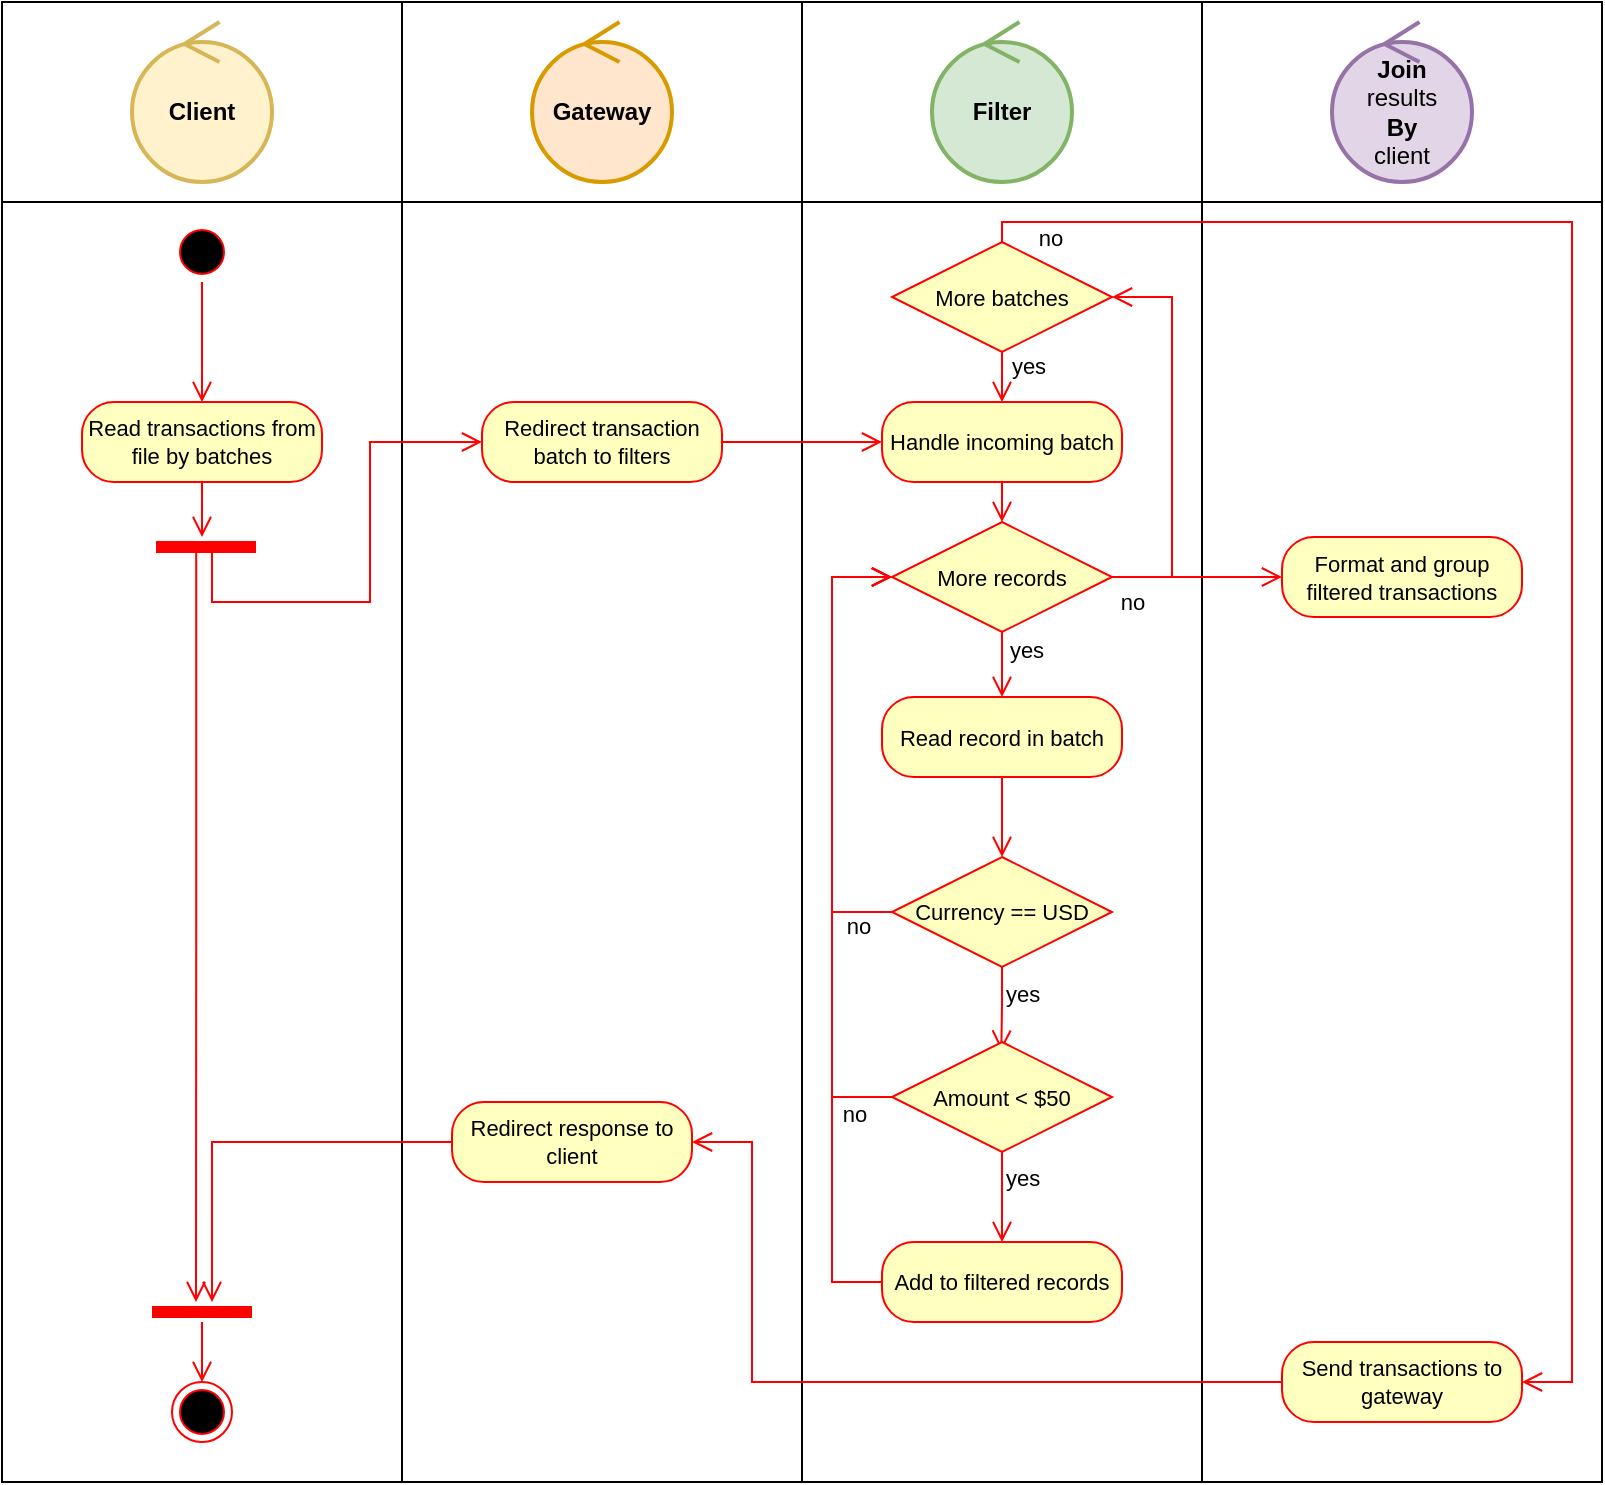
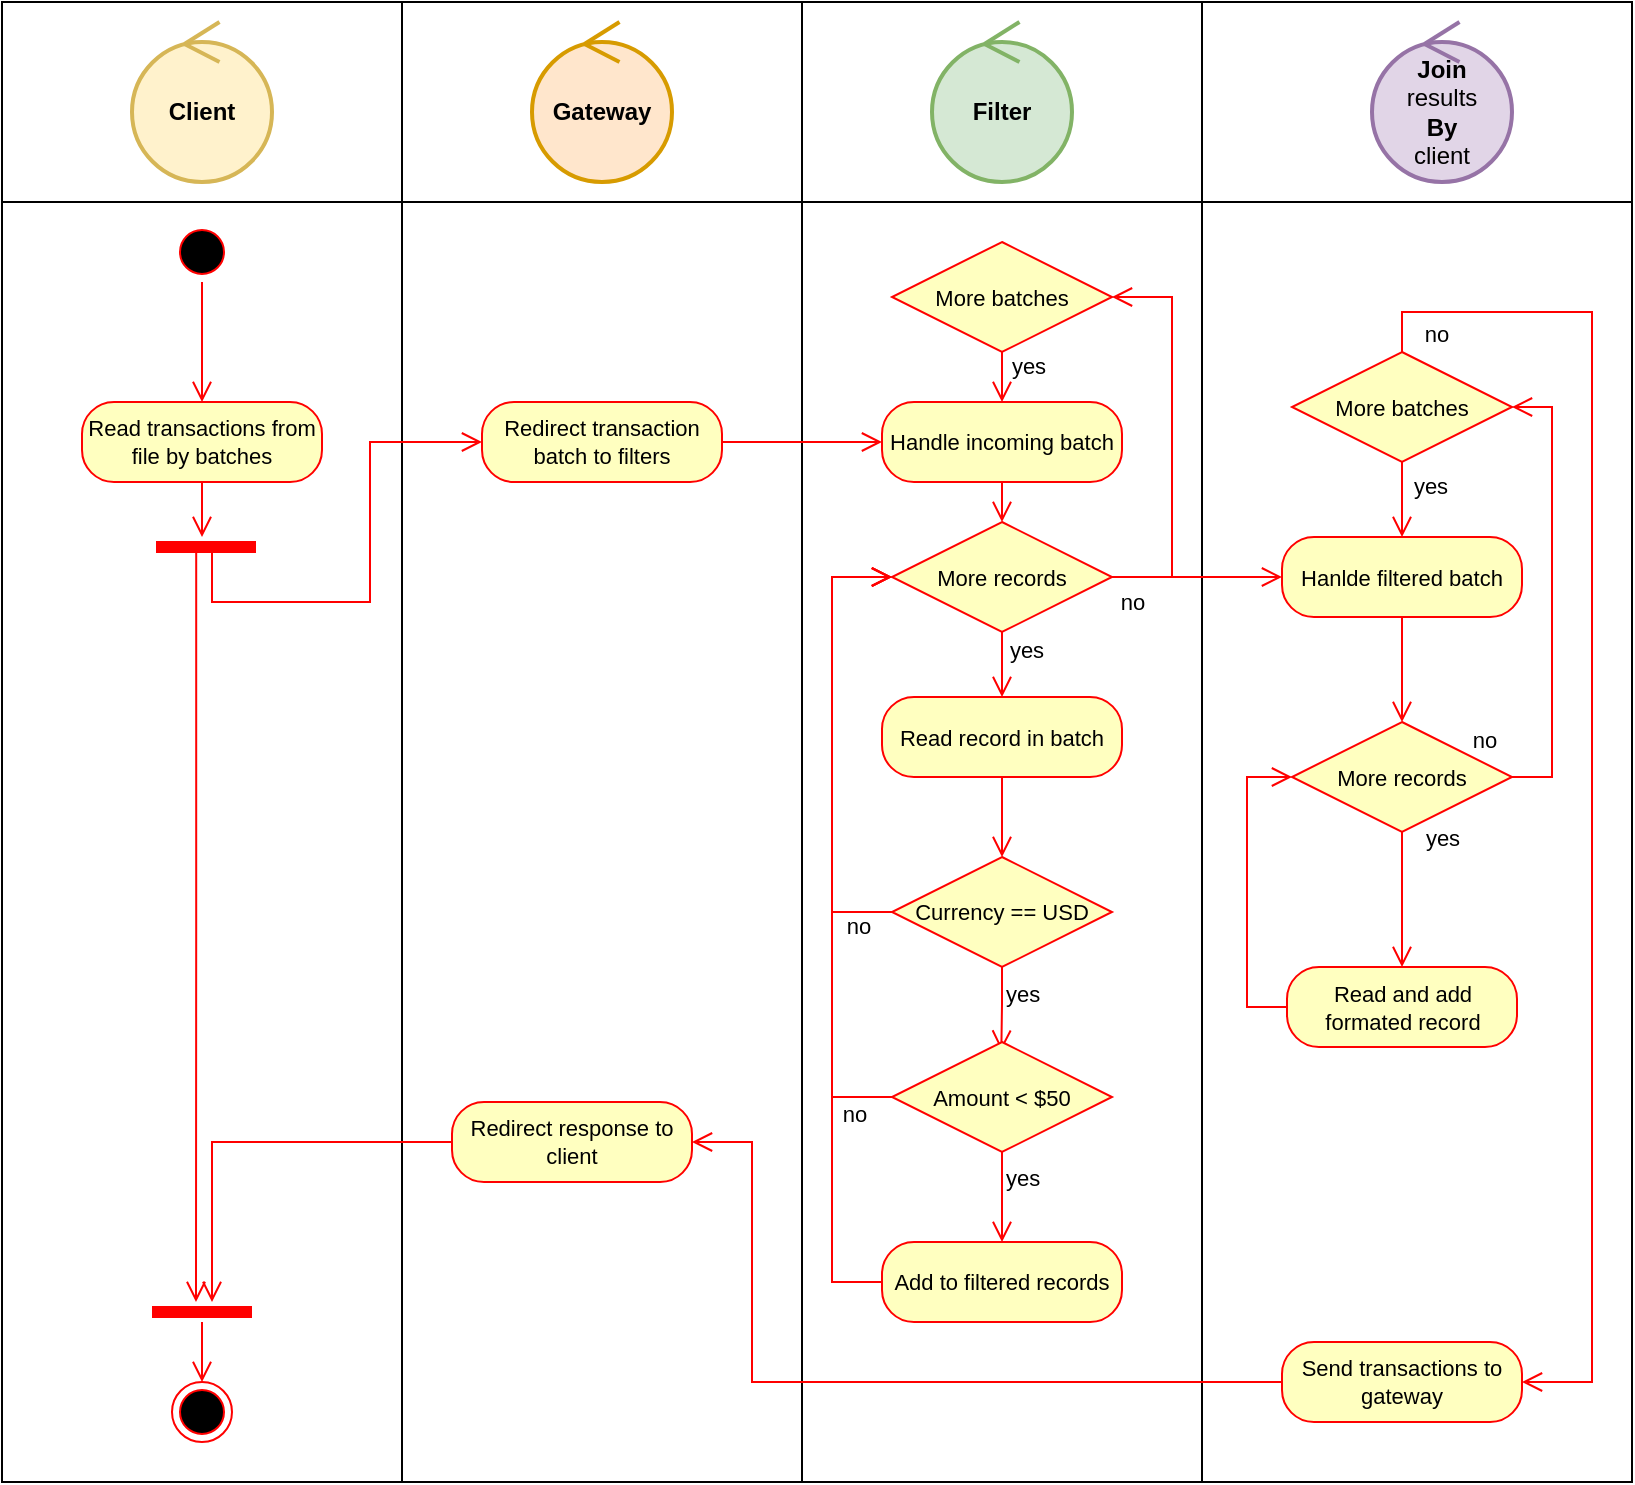
- <mxfile host="Electron" agent="Mozilla/5.0 (X11; Linux x86_64) AppleWebKit/537.36 (KHTML, like Gecko) draw.io/29.6.1 Chrome/142.0.7444.265 Electron/39.5.2 Safari/537.36" version="29.6.1">
+ <mxfile host="Electron" agent="Mozilla/5.0 (X11; Linux x86_64) AppleWebKit/537.36 (KHTML, like Gecko) draw.io/29.6.1 Chrome/142.0.7444.265 Electron/39.5.2 Safari/537.36">
  <diagram name="Page-1" id="13CpTXE9OiNasFZQeaTJ">
-     <mxGraphModel dx="1033" dy="704" grid="1" gridSize="10" guides="1" tooltips="1" connect="1" arrows="1" fold="1" page="1" pageScale="1" pageWidth="850" pageHeight="1100" math="0" shadow="0">
+     <mxGraphModel dx="1645" dy="784" grid="1" gridSize="10" guides="1" tooltips="1" connect="1" arrows="1" fold="1" page="1" pageScale="1" pageWidth="850" pageHeight="1100" math="0" shadow="0">
      <root>
        <mxCell id="0" />
        <mxCell id="1" parent="0" />
        <mxCell id="mmyFAjpYDs9H2cdk7pgJ-1" parent="1" style="html=1;dashed=0;whiteSpace=wrap;fontSize=9;" value="" vertex="1">
          <mxGeometry height="680" width="200" x="25" y="90" as="geometry" />
        </mxCell>
        <mxCell id="mmyFAjpYDs9H2cdk7pgJ-2" parent="1" style="html=1;dashed=0;whiteSpace=wrap;fontSize=9;" value="" vertex="1">
          <mxGeometry height="100" width="200" x="25" y="30" as="geometry" />
        </mxCell>
        <mxCell id="mmyFAjpYDs9H2cdk7pgJ-3" parent="1" style="html=1;dashed=0;whiteSpace=wrap;fontSize=9;" value="" vertex="1">
          <mxGeometry height="680" width="205" x="225" y="90" as="geometry" />
        </mxCell>
        <mxCell id="mmyFAjpYDs9H2cdk7pgJ-4" parent="1" style="html=1;dashed=0;whiteSpace=wrap;fontSize=9;" value="" vertex="1">
          <mxGeometry height="100" width="200" x="225" y="30" as="geometry" />
        </mxCell>
        <mxCell id="mmyFAjpYDs9H2cdk7pgJ-5" parent="1" style="html=1;dashed=0;whiteSpace=wrap;fontSize=9;" value="" vertex="1">
          <mxGeometry height="680" width="200" x="425" y="90" as="geometry" />
        </mxCell>
        <mxCell id="mmyFAjpYDs9H2cdk7pgJ-6" parent="1" style="html=1;dashed=0;whiteSpace=wrap;fontSize=9;" value="" vertex="1">
          <mxGeometry height="100" width="200" x="425" y="30" as="geometry" />
        </mxCell>
        <mxCell id="mmyFAjpYDs9H2cdk7pgJ-7" parent="1" style="html=1;dashed=0;whiteSpace=wrap;fontSize=9;" value="" vertex="1">
-           <mxGeometry height="680" width="200" x="625" y="90" as="geometry" />
+           <mxGeometry height="680" width="215" x="625" y="90" as="geometry" />
        </mxCell>
        <mxCell id="mmyFAjpYDs9H2cdk7pgJ-8" parent="1" style="html=1;dashed=0;whiteSpace=wrap;fontSize=9;" value="" vertex="1">
-           <mxGeometry height="100" width="200" x="625" y="30" as="geometry" />
+           <mxGeometry height="100" width="215" x="625" y="30" as="geometry" />
        </mxCell>
        <mxCell id="mmyFAjpYDs9H2cdk7pgJ-9" parent="1" style="ellipse;html=1;shape=startState;fillColor=#000000;strokeColor=#ff0000;fontSize=9;" value="" vertex="1">
          <mxGeometry height="30" width="30" x="110" y="140" as="geometry" />
        </mxCell>
        <mxCell id="mmyFAjpYDs9H2cdk7pgJ-10" edge="1" parent="1" source="mmyFAjpYDs9H2cdk7pgJ-9" style="edgeStyle=orthogonalEdgeStyle;html=1;verticalAlign=bottom;endArrow=open;endSize=8;strokeColor=#ff0000;rounded=0;entryX=0.5;entryY=0;entryDx=0;entryDy=0;fontSize=9;" target="mmyFAjpYDs9H2cdk7pgJ-12" value="">
          <mxGeometry relative="1" as="geometry">
            <mxPoint x="135" y="-40" as="sourcePoint" />
            <mxPoint x="135" y="-120" as="targetPoint" />
          </mxGeometry>
        </mxCell>
        <mxCell id="mmyFAjpYDs9H2cdk7pgJ-11" parent="1" style="ellipse;html=1;shape=endState;fillColor=#000000;strokeColor=#ff0000;fontSize=9;" value="" vertex="1">
          <mxGeometry height="30" width="30" x="110" y="720" as="geometry" />
        </mxCell>
        <mxCell id="mmyFAjpYDs9H2cdk7pgJ-12" parent="1" style="rounded=1;whiteSpace=wrap;html=1;arcSize=40;fontColor=#000000;fillColor=#ffffc0;strokeColor=#ff0000;fontSize=11;" value="&lt;div&gt;Read transactions from file by batches&lt;/div&gt;" vertex="1">
          <mxGeometry height="40" width="120" x="65" y="230" as="geometry" />
        </mxCell>
        <mxCell id="ytpNYdhjEcRjoW62qkwT-28" edge="1" parent="1" source="mmyFAjpYDs9H2cdk7pgJ-13" style="edgeStyle=orthogonalEdgeStyle;shape=connector;rounded=0;orthogonalLoop=1;jettySize=auto;html=1;strokeColor=#ff0000;align=center;verticalAlign=bottom;fontFamily=Helvetica;fontSize=9;fontColor=default;labelBackgroundColor=default;endArrow=open;endSize=8;" target="mmyFAjpYDs9H2cdk7pgJ-11">
          <mxGeometry relative="1" as="geometry" />
        </mxCell>
        <mxCell id="mmyFAjpYDs9H2cdk7pgJ-13" parent="1" style="shape=line;html=1;strokeWidth=6;strokeColor=#ff0000;" value="" vertex="1">
          <mxGeometry height="10" width="50" x="100" y="680" as="geometry" />
        </mxCell>
        <mxCell id="mmyFAjpYDs9H2cdk7pgJ-15" edge="1" parent="1" source="ytpNYdhjEcRjoW62qkwT-29" style="edgeStyle=orthogonalEdgeStyle;html=1;verticalAlign=bottom;endArrow=open;endSize=8;strokeColor=#ff0000;rounded=0;exitX=0.75;exitY=0.5;exitDx=0;exitDy=0;fontSize=9;entryX=0;entryY=0.5;entryDx=0;entryDy=0;exitPerimeter=0;" target="mmyFAjpYDs9H2cdk7pgJ-25" value="">
          <mxGeometry relative="1" as="geometry">
            <Array as="points">
              <mxPoint x="130" y="303" />
              <mxPoint x="130" y="330" />
              <mxPoint x="209" y="330" />
              <mxPoint x="209" y="250" />
            </Array>
            <mxPoint x="189" y="238" as="sourcePoint" />
            <mxPoint x="255" y="250" as="targetPoint" />
          </mxGeometry>
        </mxCell>
        <mxCell id="ytpNYdhjEcRjoW62qkwT-18" edge="1" parent="1" source="mmyFAjpYDs9H2cdk7pgJ-16" style="edgeStyle=orthogonalEdgeStyle;shape=connector;rounded=0;orthogonalLoop=1;jettySize=auto;html=1;strokeColor=#ff0000;align=center;verticalAlign=bottom;fontFamily=Helvetica;fontSize=9;fontColor=default;labelBackgroundColor=default;endArrow=open;endSize=8;" target="ytpNYdhjEcRjoW62qkwT-6">
          <mxGeometry relative="1" as="geometry">
            <Array as="points">
              <mxPoint x="440" y="485" />
              <mxPoint x="440" y="317.5" />
            </Array>
          </mxGeometry>
        </mxCell>
        <mxCell id="ytpNYdhjEcRjoW62qkwT-19" connectable="0" parent="ytpNYdhjEcRjoW62qkwT-18" style="edgeLabel;html=1;align=center;verticalAlign=middle;resizable=0;points=[];fontFamily=Helvetica;fontSize=9;fontColor=default;labelBackgroundColor=default;" value="&lt;font style=&quot;font-size: 11px;&quot;&gt;no&lt;/font&gt;" vertex="1">
          <mxGeometry relative="1" x="-0.8486" y="1" as="geometry">
            <mxPoint y="6" as="offset" />
          </mxGeometry>
        </mxCell>
        <mxCell id="mmyFAjpYDs9H2cdk7pgJ-16" parent="1" style="rhombus;whiteSpace=wrap;html=1;fontColor=#000000;fillColor=#ffffc0;strokeColor=#ff0000;fontSize=11;" value="Currency == USD" vertex="1">
          <mxGeometry height="55" width="110" x="470" y="457.5" as="geometry" />
        </mxCell>
        <mxCell id="mmyFAjpYDs9H2cdk7pgJ-18" edge="1" parent="1" source="mmyFAjpYDs9H2cdk7pgJ-16" style="edgeStyle=orthogonalEdgeStyle;html=1;align=left;verticalAlign=top;endArrow=open;endSize=8;strokeColor=#ff0000;rounded=0;entryX=0.497;entryY=0.078;entryDx=0;entryDy=0;entryPerimeter=0;" target="mmyFAjpYDs9H2cdk7pgJ-20" value="yes">
          <mxGeometry relative="1" x="-1" as="geometry">
            <mxPoint x="525" y="482.5" as="targetPoint" />
          </mxGeometry>
        </mxCell>
        <mxCell id="mmyFAjpYDs9H2cdk7pgJ-19" parent="1" style="rounded=1;whiteSpace=wrap;html=1;arcSize=40;fontColor=#000000;fillColor=#ffffc0;strokeColor=#ff0000;fontSize=11;" value="Handle incoming batch" vertex="1">
          <mxGeometry height="40" width="120" x="465" y="230" as="geometry" />
        </mxCell>
        <mxCell id="ytpNYdhjEcRjoW62qkwT-17" edge="1" parent="1" source="mmyFAjpYDs9H2cdk7pgJ-20" style="edgeStyle=orthogonalEdgeStyle;shape=connector;rounded=0;orthogonalLoop=1;jettySize=auto;html=1;strokeColor=#ff0000;align=center;verticalAlign=bottom;fontFamily=Helvetica;fontSize=9;fontColor=default;labelBackgroundColor=default;endArrow=open;endSize=8;" target="ytpNYdhjEcRjoW62qkwT-6" value="">
          <mxGeometry relative="1" as="geometry">
            <Array as="points">
              <mxPoint x="440" y="577.5" />
              <mxPoint x="440" y="317.5" />
            </Array>
          </mxGeometry>
        </mxCell>
        <mxCell id="ytpNYdhjEcRjoW62qkwT-20" connectable="0" parent="ytpNYdhjEcRjoW62qkwT-17" style="edgeLabel;html=1;align=center;verticalAlign=middle;resizable=0;points=[];fontFamily=Helvetica;fontSize=9;fontColor=default;labelBackgroundColor=default;" value="&lt;font style=&quot;font-size: 11px;&quot;&gt;no&lt;/font&gt;" vertex="1">
          <mxGeometry relative="1" x="-0.88" as="geometry">
            <mxPoint y="8" as="offset" />
          </mxGeometry>
        </mxCell>
        <mxCell id="mmyFAjpYDs9H2cdk7pgJ-20" parent="1" style="rhombus;whiteSpace=wrap;html=1;fontColor=#000000;fillColor=#ffffc0;strokeColor=#ff0000;fontSize=11;" value="Amount &amp;lt; $50" vertex="1">
          <mxGeometry height="55" width="110" x="470" y="550" as="geometry" />
        </mxCell>
        <mxCell id="mmyFAjpYDs9H2cdk7pgJ-22" edge="1" parent="1" source="ytpNYdhjEcRjoW62qkwT-6" style="edgeStyle=orthogonalEdgeStyle;html=1;verticalAlign=bottom;endArrow=open;endSize=8;strokeColor=#ff0000;rounded=0;exitX=0.5;exitY=1;exitDx=0;exitDy=0;fontSize=9;" target="ytpNYdhjEcRjoW62qkwT-1" value="">
          <mxGeometry relative="1" as="geometry">
            <mxPoint x="355" y="340" as="sourcePoint" />
            <mxPoint x="635" y="340" as="targetPoint" />
          </mxGeometry>
        </mxCell>
        <mxCell id="ytpNYdhjEcRjoW62qkwT-10" connectable="0" parent="mmyFAjpYDs9H2cdk7pgJ-22" style="edgeLabel;html=1;align=center;verticalAlign=middle;resizable=0;points=[];fontFamily=Helvetica;fontSize=11;fontColor=default;labelBackgroundColor=default;" value="yes" vertex="1">
          <mxGeometry relative="1" x="-0.4359" y="-2" as="geometry">
            <mxPoint x="14" as="offset" />
          </mxGeometry>
        </mxCell>
-         <mxCell id="mmyFAjpYDs9H2cdk7pgJ-23" parent="1" style="rounded=1;whiteSpace=wrap;html=1;arcSize=40;fontColor=#000000;fillColor=#ffffc0;strokeColor=#ff0000;fontSize=11;" value="Format and group filtered transactions" vertex="1">
+         <mxCell id="joc9-P1jSPuaM-3028De-10" edge="1" parent="1" source="joc9-P1jSPuaM-3028De-12" style="edgeStyle=orthogonalEdgeStyle;shape=connector;rounded=0;orthogonalLoop=1;jettySize=auto;html=1;exitX=0.5;exitY=1;exitDx=0;exitDy=0;strokeColor=#ff0000;align=center;verticalAlign=bottom;fontFamily=Helvetica;fontSize=9;fontColor=default;labelBackgroundColor=default;endArrow=open;endSize=8;" target="joc9-P1jSPuaM-3028De-1">
+           <mxGeometry relative="1" as="geometry" />
+         </mxCell>
+         <mxCell id="mmyFAjpYDs9H2cdk7pgJ-23" parent="1" style="rounded=1;whiteSpace=wrap;html=1;arcSize=40;fontColor=#000000;fillColor=#ffffc0;strokeColor=#ff0000;fontSize=11;" value="Hanlde filtered batch" vertex="1">
          <mxGeometry height="40" width="120" x="665" y="297.5" as="geometry" />
        </mxCell>
        <mxCell id="mmyFAjpYDs9H2cdk7pgJ-25" parent="1" style="rounded=1;whiteSpace=wrap;html=1;arcSize=40;fontColor=#000000;fillColor=#ffffc0;strokeColor=#ff0000;fontSize=11;" value="Redirect transaction batch to filters" vertex="1">
          <mxGeometry height="40" width="120" x="265" y="230" as="geometry" />
        </mxCell>
        <mxCell id="mmyFAjpYDs9H2cdk7pgJ-26" edge="1" parent="1" source="mmyFAjpYDs9H2cdk7pgJ-25" style="edgeStyle=orthogonalEdgeStyle;html=1;verticalAlign=bottom;endArrow=open;endSize=8;strokeColor=#ff0000;rounded=0;exitX=1;exitY=0.5;exitDx=0;exitDy=0;fontSize=9;" value="">
          <mxGeometry relative="1" as="geometry">
            <mxPoint x="405" y="250" as="sourcePoint" />
            <mxPoint x="465" y="250" as="targetPoint" />
          </mxGeometry>
        </mxCell>
        <mxCell id="mmyFAjpYDs9H2cdk7pgJ-28" parent="1" style="rounded=1;whiteSpace=wrap;html=1;arcSize=40;fontColor=#000000;fillColor=#ffffc0;strokeColor=#ff0000;fontSize=11;" value="Send transactions to gateway" vertex="1">
          <mxGeometry height="40" width="120" x="665" y="700" as="geometry" />
        </mxCell>
        <mxCell id="mmyFAjpYDs9H2cdk7pgJ-29" edge="1" parent="1" source="mmyFAjpYDs9H2cdk7pgJ-28" style="edgeStyle=orthogonalEdgeStyle;html=1;align=left;verticalAlign=top;endArrow=open;endSize=8;strokeColor=#ff0000;rounded=0;" target="mmyFAjpYDs9H2cdk7pgJ-30" value="">
          <mxGeometry relative="1" x="-0.7059" y="13" as="geometry">
            <mxPoint as="offset" />
            <Array as="points">
              <mxPoint x="400" y="720" />
              <mxPoint x="400" y="600" />
            </Array>
            <mxPoint x="725" y="610" as="sourcePoint" />
            <mxPoint x="725" y="650" as="targetPoint" />
          </mxGeometry>
        </mxCell>
        <mxCell id="mmyFAjpYDs9H2cdk7pgJ-30" parent="1" style="rounded=1;whiteSpace=wrap;html=1;arcSize=40;fontColor=#000000;fillColor=#ffffc0;strokeColor=#ff0000;fontSize=11;" value="Redirect response to client" vertex="1">
          <mxGeometry height="40" width="120" x="250" y="580" as="geometry" />
        </mxCell>
        <mxCell id="mmyFAjpYDs9H2cdk7pgJ-31" edge="1" parent="1" source="mmyFAjpYDs9H2cdk7pgJ-30" style="edgeStyle=orthogonalEdgeStyle;html=1;verticalAlign=bottom;endArrow=open;endSize=8;strokeColor=#ff0000;rounded=0;fontSize=9;" target="mmyFAjpYDs9H2cdk7pgJ-13" value="">
          <mxGeometry relative="1" as="geometry">
            <Array as="points">
              <mxPoint x="130" y="600" />
            </Array>
            <mxPoint x="255" y="310" as="sourcePoint" />
            <mxPoint x="135" y="680" as="targetPoint" />
          </mxGeometry>
        </mxCell>
        <mxCell id="mmyFAjpYDs9H2cdk7pgJ-32" edge="1" parent="1" source="mmyFAjpYDs9H2cdk7pgJ-12" style="edgeStyle=orthogonalEdgeStyle;html=1;verticalAlign=bottom;endArrow=open;endSize=8;strokeColor=#ff0000;rounded=0;exitX=0.5;exitY=1;exitDx=0;exitDy=0;fontSize=9;" target="ytpNYdhjEcRjoW62qkwT-29" value="">
          <mxGeometry relative="1" as="geometry">
            <Array as="points">
              <mxPoint x="125" y="290" />
              <mxPoint x="125" y="290" />
            </Array>
            <mxPoint x="302" y="360" as="sourcePoint" />
            <mxPoint x="125" y="437" as="targetPoint" />
          </mxGeometry>
        </mxCell>
        <mxCell id="mmyFAjpYDs9H2cdk7pgJ-33" parent="1" style="ellipse;shape=umlControl;whiteSpace=wrap;html=1;strokeWidth=2;fillColor=#fff2cc;strokeColor=#d6b656;" value="&lt;b&gt;Client&lt;/b&gt;" vertex="1">
          <mxGeometry height="80" width="70" x="90" y="40" as="geometry" />
        </mxCell>
        <mxCell id="mmyFAjpYDs9H2cdk7pgJ-34" parent="1" style="ellipse;shape=umlControl;whiteSpace=wrap;html=1;strokeWidth=2;fillColor=#ffe6cc;strokeColor=#d79b00;" value="&lt;b&gt;Gateway&lt;/b&gt;" vertex="1">
          <mxGeometry height="80" width="70" x="290" y="40" as="geometry" />
        </mxCell>
        <mxCell id="mmyFAjpYDs9H2cdk7pgJ-35" parent="1" style="ellipse;shape=umlControl;whiteSpace=wrap;html=1;strokeWidth=2;fillColor=#d5e8d4;strokeColor=#82b366;" value="&lt;b&gt;Filter&lt;/b&gt;" vertex="1">
          <mxGeometry height="80" width="70" x="490" y="40" as="geometry" />
        </mxCell>
        <mxCell id="mmyFAjpYDs9H2cdk7pgJ-36" parent="1" style="ellipse;shape=umlControl;whiteSpace=wrap;html=1;strokeWidth=2;fillColor=#e1d5e7;strokeColor=#9673a6;" value="&lt;div&gt;&lt;b&gt;Join&lt;/b&gt;&lt;/div&gt;&lt;div&gt;results&lt;/div&gt;&lt;div&gt;&lt;b&gt;By&lt;/b&gt;&lt;/div&gt;&lt;div&gt;client&lt;/div&gt;" vertex="1">
-           <mxGeometry height="80" width="70" x="690" y="40" as="geometry" />
+           <mxGeometry height="80" width="70" x="710" y="40" as="geometry" />
        </mxCell>
        <mxCell id="ytpNYdhjEcRjoW62qkwT-21" edge="1" parent="1" source="mmyFAjpYDs9H2cdk7pgJ-37" style="edgeStyle=orthogonalEdgeStyle;shape=connector;rounded=0;orthogonalLoop=1;jettySize=auto;html=1;strokeColor=#ff0000;align=center;verticalAlign=bottom;fontFamily=Helvetica;fontSize=9;fontColor=default;labelBackgroundColor=default;endArrow=open;endSize=8;" target="ytpNYdhjEcRjoW62qkwT-6">
          <mxGeometry relative="1" as="geometry">
            <Array as="points">
              <mxPoint x="440" y="670" />
              <mxPoint x="440" y="317.5" />
            </Array>
          </mxGeometry>
        </mxCell>
        <mxCell id="mmyFAjpYDs9H2cdk7pgJ-37" parent="1" style="rounded=1;whiteSpace=wrap;html=1;arcSize=40;fontColor=#000000;fillColor=#ffffc0;strokeColor=#ff0000;fontSize=11;" value="Add to filtered records" vertex="1">
          <mxGeometry height="40" width="120" x="465" y="650" as="geometry" />
        </mxCell>
        <mxCell id="mmyFAjpYDs9H2cdk7pgJ-38" edge="1" parent="1" source="mmyFAjpYDs9H2cdk7pgJ-20" style="edgeStyle=orthogonalEdgeStyle;html=1;align=left;verticalAlign=top;endArrow=open;endSize=8;strokeColor=#ff0000;rounded=0;entryX=0.5;entryY=0;entryDx=0;entryDy=0;exitX=0.5;exitY=1;exitDx=0;exitDy=0;" target="mmyFAjpYDs9H2cdk7pgJ-37" value="yes">
          <mxGeometry relative="1" x="-1" as="geometry">
            <mxPoint x="520" y="535" as="sourcePoint" />
            <mxPoint x="520" y="594" as="targetPoint" />
          </mxGeometry>
        </mxCell>
        <mxCell id="ytpNYdhjEcRjoW62qkwT-4" edge="1" parent="1" source="ytpNYdhjEcRjoW62qkwT-1" style="edgeStyle=orthogonalEdgeStyle;shape=connector;rounded=0;orthogonalLoop=1;jettySize=auto;html=1;strokeColor=#ff0000;align=center;verticalAlign=bottom;fontFamily=Helvetica;fontSize=9;fontColor=default;labelBackgroundColor=default;endArrow=open;endSize=8;" target="mmyFAjpYDs9H2cdk7pgJ-16">
          <mxGeometry relative="1" as="geometry" />
        </mxCell>
        <mxCell id="ytpNYdhjEcRjoW62qkwT-1" parent="1" style="rounded=1;whiteSpace=wrap;html=1;arcSize=40;fontColor=#000000;fillColor=#ffffc0;strokeColor=#ff0000;fontSize=11;" value="Read record in batch" vertex="1">
          <mxGeometry height="40" width="120" x="465" y="377.5" as="geometry" />
        </mxCell>
        <mxCell id="ytpNYdhjEcRjoW62qkwT-9" edge="1" parent="1" source="mmyFAjpYDs9H2cdk7pgJ-19" style="edgeStyle=orthogonalEdgeStyle;html=1;verticalAlign=bottom;endArrow=open;endSize=8;strokeColor=#ff0000;rounded=0;exitX=0.5;exitY=1;exitDx=0;exitDy=0;fontSize=9;" target="ytpNYdhjEcRjoW62qkwT-6" value="">
          <mxGeometry relative="1" as="geometry">
            <mxPoint x="525" y="270" as="sourcePoint" />
            <mxPoint x="525" y="377" as="targetPoint" />
          </mxGeometry>
        </mxCell>
        <mxCell id="ytpNYdhjEcRjoW62qkwT-15" edge="1" parent="1" source="ytpNYdhjEcRjoW62qkwT-6" style="edgeStyle=orthogonalEdgeStyle;shape=connector;rounded=0;orthogonalLoop=1;jettySize=auto;html=1;strokeColor=#ff0000;align=center;verticalAlign=bottom;fontFamily=Helvetica;fontSize=9;fontColor=default;labelBackgroundColor=default;endArrow=open;endSize=8;" target="ytpNYdhjEcRjoW62qkwT-22">
          <mxGeometry relative="1" as="geometry">
            <Array as="points">
              <mxPoint x="610" y="317.5" />
              <mxPoint x="610" y="177.5" />
            </Array>
          </mxGeometry>
        </mxCell>
        <mxCell id="ytpNYdhjEcRjoW62qkwT-16" connectable="0" parent="ytpNYdhjEcRjoW62qkwT-15" style="edgeLabel;html=1;align=center;verticalAlign=middle;resizable=0;points=[];fontFamily=Helvetica;fontSize=11;fontColor=default;labelBackgroundColor=default;" value="&lt;font&gt;no&lt;/font&gt;" vertex="1">
          <mxGeometry relative="1" x="-0.2267" y="-1" as="geometry">
            <mxPoint x="-21" y="60" as="offset" />
          </mxGeometry>
        </mxCell>
        <mxCell id="ytpNYdhjEcRjoW62qkwT-24" edge="1" parent="1" source="ytpNYdhjEcRjoW62qkwT-6" style="edgeStyle=orthogonalEdgeStyle;shape=connector;rounded=0;orthogonalLoop=1;jettySize=auto;html=1;strokeColor=#ff0000;align=center;verticalAlign=bottom;fontFamily=Helvetica;fontSize=9;fontColor=default;labelBackgroundColor=default;endArrow=open;endSize=8;" target="mmyFAjpYDs9H2cdk7pgJ-23">
          <mxGeometry relative="1" as="geometry" />
        </mxCell>
        <mxCell id="ytpNYdhjEcRjoW62qkwT-6" parent="1" style="rhombus;whiteSpace=wrap;html=1;fontColor=#000000;fillColor=#ffffc0;strokeColor=#ff0000;fontSize=11;" value="More records" vertex="1">
          <mxGeometry height="55" width="110" x="470" y="290" as="geometry" />
        </mxCell>
        <mxCell id="ytpNYdhjEcRjoW62qkwT-23" edge="1" parent="1" source="ytpNYdhjEcRjoW62qkwT-22" style="edgeStyle=orthogonalEdgeStyle;shape=connector;rounded=0;orthogonalLoop=1;jettySize=auto;html=1;strokeColor=#ff0000;align=center;verticalAlign=bottom;fontFamily=Helvetica;fontSize=9;fontColor=default;labelBackgroundColor=default;endArrow=open;endSize=8;" target="mmyFAjpYDs9H2cdk7pgJ-19">
          <mxGeometry relative="1" as="geometry" />
        </mxCell>
        <mxCell id="ytpNYdhjEcRjoW62qkwT-25" connectable="0" parent="ytpNYdhjEcRjoW62qkwT-23" style="edgeLabel;html=1;align=center;verticalAlign=middle;resizable=0;points=[];fontFamily=Helvetica;fontSize=9;fontColor=default;labelBackgroundColor=default;" value="&lt;font style=&quot;font-size: 11px;&quot;&gt;yes&lt;/font&gt;" vertex="1">
          <mxGeometry relative="1" x="0.5091" y="-1" as="geometry">
            <mxPoint x="14" y="-5" as="offset" />
          </mxGeometry>
        </mxCell>
-         <mxCell id="ytpNYdhjEcRjoW62qkwT-26" edge="1" parent="1" source="ytpNYdhjEcRjoW62qkwT-22" style="edgeStyle=orthogonalEdgeStyle;shape=connector;rounded=0;orthogonalLoop=1;jettySize=auto;html=1;strokeColor=#ff0000;align=center;verticalAlign=bottom;fontFamily=Helvetica;fontSize=9;fontColor=default;labelBackgroundColor=default;endArrow=open;endSize=8;" target="mmyFAjpYDs9H2cdk7pgJ-28">
-           <mxGeometry relative="1" as="geometry">
-             <Array as="points">
-               <mxPoint x="525" y="140" />
-               <mxPoint x="810" y="140" />
-               <mxPoint x="810" y="720" />
-             </Array>
-           </mxGeometry>
-         </mxCell>
-         <mxCell id="ytpNYdhjEcRjoW62qkwT-27" connectable="0" parent="ytpNYdhjEcRjoW62qkwT-26" style="edgeLabel;html=1;align=center;verticalAlign=middle;resizable=0;points=[];fontFamily=Helvetica;fontSize=9;fontColor=default;labelBackgroundColor=default;" value="&lt;font style=&quot;font-size: 11px;&quot;&gt;no&lt;/font&gt;" vertex="1">
-           <mxGeometry relative="1" x="-0.9244" as="geometry">
-             <mxPoint y="8" as="offset" />
-           </mxGeometry>
-         </mxCell>
        <mxCell id="ytpNYdhjEcRjoW62qkwT-22" parent="1" style="rhombus;whiteSpace=wrap;html=1;fontColor=#000000;fillColor=#ffffc0;strokeColor=#ff0000;fontSize=11;" value="More batches" vertex="1">
          <mxGeometry height="55" width="110" x="470" y="150" as="geometry" />
        </mxCell>
        <mxCell id="ytpNYdhjEcRjoW62qkwT-29" parent="1" style="shape=line;html=1;strokeWidth=6;strokeColor=#ff0000;" value="" vertex="1">
          <mxGeometry height="10" width="50" x="102" y="297.5" as="geometry" />
        </mxCell>
        <mxCell id="ytpNYdhjEcRjoW62qkwT-30" edge="1" parent="1" source="ytpNYdhjEcRjoW62qkwT-29" style="edgeStyle=orthogonalEdgeStyle;shape=connector;rounded=0;orthogonalLoop=1;jettySize=auto;html=1;strokeColor=#ff0000;align=center;verticalAlign=bottom;fontFamily=Helvetica;fontSize=9;fontColor=default;labelBackgroundColor=default;endArrow=open;endSize=8;exitX=0.402;exitY=0.481;exitDx=0;exitDy=0;exitPerimeter=0;">
          <mxGeometry relative="1" as="geometry">
            <Array as="points" />
            <mxPoint x="122" y="307.5" as="sourcePoint" />
            <mxPoint x="122" y="680" as="targetPoint" />
+           </mxGeometry>
+         </mxCell>
+         <mxCell id="joc9-P1jSPuaM-3028De-21" edge="1" parent="1" source="joc9-P1jSPuaM-3028De-1" style="edgeStyle=orthogonalEdgeStyle;shape=connector;rounded=0;orthogonalLoop=1;jettySize=auto;html=1;exitX=0;exitY=0.5;exitDx=0;exitDy=0;entryX=0;entryY=0.5;entryDx=0;entryDy=0;strokeColor=#ff0000;align=center;verticalAlign=bottom;fontFamily=Helvetica;fontSize=9;fontColor=default;labelBackgroundColor=default;endArrow=open;endSize=8;" target="joc9-P1jSPuaM-3028De-12">
+           <mxGeometry relative="1" as="geometry" />
+         </mxCell>
+         <mxCell id="joc9-P1jSPuaM-3028De-1" parent="1" style="rounded=1;whiteSpace=wrap;html=1;arcSize=40;fontColor=#000000;fillColor=#ffffc0;strokeColor=#ff0000;fontSize=11;" value="Read and add formated record" vertex="1">
+           <mxGeometry height="40" width="115" x="667.5" y="512.5" as="geometry" />
+         </mxCell>
+         <mxCell id="joc9-P1jSPuaM-3028De-7" edge="1" parent="1" source="joc9-P1jSPuaM-3028De-4" style="edgeStyle=orthogonalEdgeStyle;shape=connector;rounded=0;orthogonalLoop=1;jettySize=auto;html=1;exitX=0.5;exitY=1;exitDx=0;exitDy=0;strokeColor=#ff0000;align=center;verticalAlign=bottom;fontFamily=Helvetica;fontSize=9;fontColor=default;labelBackgroundColor=default;endArrow=open;endSize=8;" target="mmyFAjpYDs9H2cdk7pgJ-23">
+           <mxGeometry relative="1" as="geometry" />
+         </mxCell>
+         <mxCell id="joc9-P1jSPuaM-3028De-16" edge="1" parent="1" source="joc9-P1jSPuaM-3028De-4" style="edgeStyle=orthogonalEdgeStyle;shape=connector;rounded=0;orthogonalLoop=1;jettySize=auto;html=1;exitX=0.5;exitY=0;exitDx=0;exitDy=0;entryX=1;entryY=0.5;entryDx=0;entryDy=0;strokeColor=#ff0000;align=center;verticalAlign=bottom;fontFamily=Helvetica;fontSize=9;fontColor=default;labelBackgroundColor=default;endArrow=open;endSize=8;" target="mmyFAjpYDs9H2cdk7pgJ-28">
+           <mxGeometry relative="1" as="geometry">
+             <Array as="points">
+               <mxPoint x="725" y="185" />
+               <mxPoint x="820" y="185" />
+               <mxPoint x="820" y="720" />
+             </Array>
+           </mxGeometry>
+         </mxCell>
+         <mxCell id="joc9-P1jSPuaM-3028De-4" parent="1" style="rhombus;whiteSpace=wrap;html=1;fontColor=#000000;fillColor=#ffffc0;strokeColor=#ff0000;fontSize=11;" value="More batches" vertex="1">
+           <mxGeometry height="55" width="110" x="670" y="205" as="geometry" />
+         </mxCell>
+         <mxCell id="joc9-P1jSPuaM-3028De-8" connectable="0" parent="1" style="edgeLabel;html=1;align=center;verticalAlign=middle;resizable=0;points=[];fontFamily=Helvetica;fontSize=9;fontColor=default;labelBackgroundColor=default;" value="&lt;font style=&quot;font-size: 11px;&quot;&gt;yes&lt;/font&gt;" vertex="1">
+           <mxGeometry x="540" y="210" as="geometry">
+             <mxPoint x="199" y="62" as="offset" />
+           </mxGeometry>
+         </mxCell>
+         <mxCell id="joc9-P1jSPuaM-3028De-13" edge="1" parent="1" source="mmyFAjpYDs9H2cdk7pgJ-23" style="edgeStyle=orthogonalEdgeStyle;shape=connector;rounded=0;orthogonalLoop=1;jettySize=auto;html=1;exitX=0.5;exitY=1;exitDx=0;exitDy=0;strokeColor=#ff0000;align=center;verticalAlign=bottom;fontFamily=Helvetica;fontSize=9;fontColor=default;labelBackgroundColor=default;endArrow=open;endSize=8;" target="joc9-P1jSPuaM-3028De-12" value="">
+           <mxGeometry relative="1" as="geometry">
+             <mxPoint x="725" y="338" as="sourcePoint" />
+             <mxPoint x="725" y="440" as="targetPoint" />
+           </mxGeometry>
+         </mxCell>
+         <mxCell id="joc9-P1jSPuaM-3028De-17" edge="1" parent="1" source="joc9-P1jSPuaM-3028De-12" style="edgeStyle=orthogonalEdgeStyle;shape=connector;rounded=0;orthogonalLoop=1;jettySize=auto;html=1;exitX=1;exitY=0.5;exitDx=0;exitDy=0;entryX=1;entryY=0.5;entryDx=0;entryDy=0;strokeColor=#ff0000;align=center;verticalAlign=bottom;fontFamily=Helvetica;fontSize=9;fontColor=default;labelBackgroundColor=default;endArrow=open;endSize=8;" target="joc9-P1jSPuaM-3028De-4">
+           <mxGeometry relative="1" as="geometry" />
+         </mxCell>
+         <mxCell id="joc9-P1jSPuaM-3028De-12" parent="1" style="rhombus;whiteSpace=wrap;html=1;fontColor=#000000;fillColor=#ffffc0;strokeColor=#ff0000;fontSize=11;" value="More records" vertex="1">
+           <mxGeometry height="55" width="110" x="670" y="390" as="geometry" />
+         </mxCell>
+         <mxCell id="joc9-P1jSPuaM-3028De-14" connectable="0" parent="1" style="edgeLabel;html=1;align=center;verticalAlign=middle;resizable=0;points=[];fontFamily=Helvetica;fontSize=11;fontColor=default;labelBackgroundColor=default;" value="yes" vertex="1">
+           <mxGeometry x="540" y="345" as="geometry">
+             <mxPoint x="205" y="103" as="offset" />
+           </mxGeometry>
+         </mxCell>
+         <mxCell id="joc9-P1jSPuaM-3028De-18" connectable="0" parent="1" style="edgeLabel;html=1;align=center;verticalAlign=middle;resizable=0;points=[];fontFamily=Helvetica;fontSize=11;fontColor=default;labelBackgroundColor=default;" value="&lt;font&gt;no&lt;/font&gt;" vertex="1">
+           <mxGeometry x="590" y="330" as="geometry">
+             <mxPoint x="152" y="-134" as="offset" />
+           </mxGeometry>
+         </mxCell>
+         <mxCell id="joc9-P1jSPuaM-3028De-19" connectable="0" parent="1" style="edgeLabel;html=1;align=center;verticalAlign=middle;resizable=0;points=[];fontFamily=Helvetica;fontSize=11;fontColor=default;labelBackgroundColor=default;" value="&lt;font&gt;no&lt;/font&gt;" vertex="1">
+           <mxGeometry x="590" y="290" as="geometry">
+             <mxPoint x="176" y="109" as="offset" />
          </mxGeometry>
        </mxCell>
      </root>
    </mxGraphModel>
  </diagram>
</mxfile>
